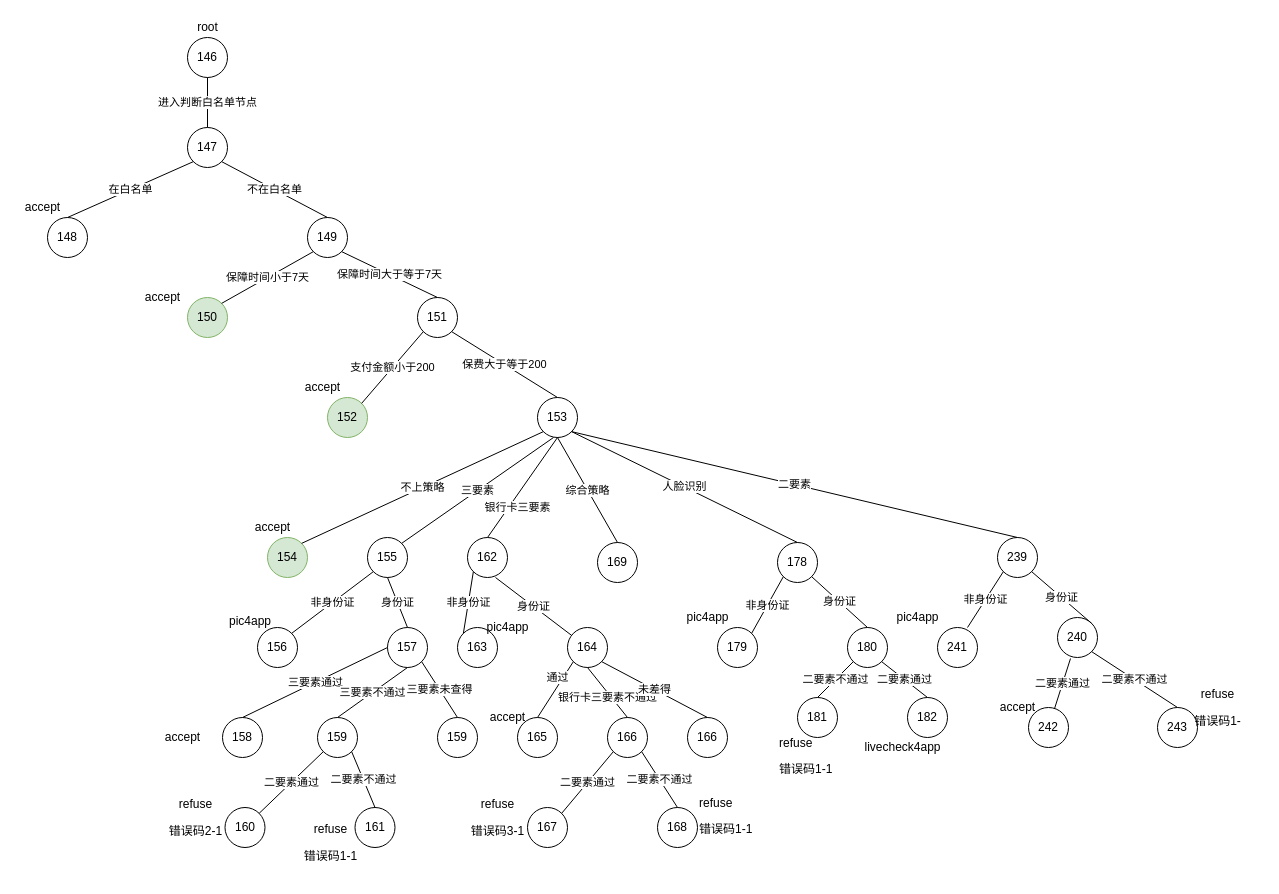
Before: 投保人策略.drawio in North30/tupian, a draw.io diagram. Source tidied: cells renumbered, new cells numbered last; positions are measured from the earlier drawing's top-left corner, leaving out a move shared by most shapes. Both pictures are drawn from the tidied source at 100%, with x=0, y=0 at pixel (17, 17).
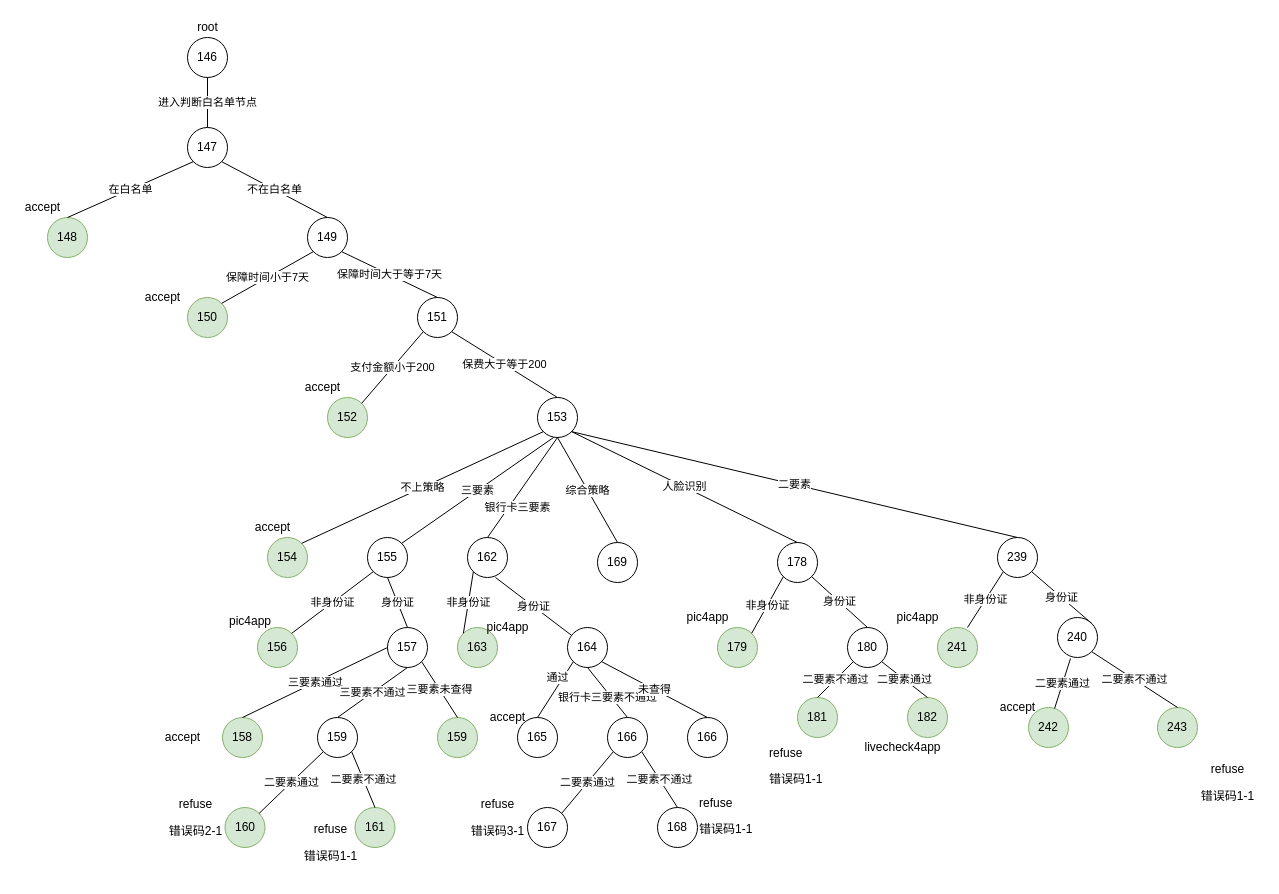
The same diagram, later.

Commit message:
更新投保人策略.drawio

The change refers to these unchanged cells:
```xml
<mxCell id="52" value="164" style="ellipse;whiteSpace=wrap;html=1;" parent="1" vertex="1">
  <mxGeometry x="550" y="610" width="40" height="40" as="geometry" />
</mxCell>
<mxCell id="57" value="166" style="ellipse;whiteSpace=wrap;html=1;" parent="1" vertex="1">
  <mxGeometry x="670" y="700" width="40" height="40" as="geometry" />
</mxCell>
```

What changed in the source:
```diff
@@
-    <mxCell id="6" value="148" style="ellipse;whiteSpace=wrap;html=1;" parent="1" vertex="1">
+    <mxCell id="6" value="148" style="ellipse;whiteSpace=wrap;html=1;fillColor=#d5e8d4;strokeColor=#82b366;" parent="1" vertex="1">
       <mxGeometry x="30" y="200" width="40" height="40" as="geometry" />
     </mxCell>
@@
-    <mxCell id="34" value="156" style="ellipse;whiteSpace=wrap;html=1;" parent="1" vertex="1">
+    <mxCell id="34" value="156" style="ellipse;whiteSpace=wrap;html=1;fillColor=#d5e8d4;strokeColor=#82b366;" parent="1" vertex="1">
       <mxGeometry x="240" y="610" width="40" height="40" as="geometry" />
     </mxCell>
@@
-    <mxCell id="39" value="158" style="ellipse;whiteSpace=wrap;html=1;" parent="1" vertex="1">
+    <mxCell id="39" value="158" style="ellipse;whiteSpace=wrap;html=1;fillColor=#d5e8d4;strokeColor=#82b366;" parent="1" vertex="1">
       <mxGeometry x="205" y="700" width="40" height="40" as="geometry" />
     </mxCell>
@@
-    <mxCell id="41" value="159" style="ellipse;whiteSpace=wrap;html=1;" parent="1" vertex="1">
+    <mxCell id="41" value="159" style="ellipse;whiteSpace=wrap;html=1;fillColor=#d5e8d4;strokeColor=#82b366;" parent="1" vertex="1">
       <mxGeometry x="420" y="700" width="40" height="40" as="geometry" />
     </mxCell>
@@
-    <mxCell id="46" value="161" style="ellipse;whiteSpace=wrap;html=1;" parent="1" vertex="1">
+    <mxCell id="46" value="161" style="ellipse;whiteSpace=wrap;html=1;fillColor=#d5e8d4;strokeColor=#82b366;" parent="1" vertex="1">
       <mxGeometry x="337.5" y="790" width="40" height="40" as="geometry" />
     </mxCell>
-    <mxCell id="47" value="160" style="ellipse;whiteSpace=wrap;html=1;" parent="1" vertex="1">
+    <mxCell id="47" value="160" style="ellipse;whiteSpace=wrap;html=1;fillColor=#d5e8d4;strokeColor=#82b366;" parent="1" vertex="1">
       <mxGeometry x="207.5" y="790" width="40" height="40" as="geometry" />
     </mxCell>
@@
-    <mxCell id="53" value="163" style="ellipse;whiteSpace=wrap;html=1;" parent="1" vertex="1">
+    <mxCell id="53" value="163" style="ellipse;whiteSpace=wrap;html=1;fillColor=#d5e8d4;strokeColor=#82b366;" parent="1" vertex="1">
       <mxGeometry x="440" y="610" width="40" height="40" as="geometry" />
     </mxCell>
@@
-    <mxCell id="62" value="未差得" style="endArrow=none;html=1;entryX=1;entryY=1;entryDx=0;entryDy=0;exitX=0.5;exitY=0;exitDx=0;exitDy=0;" parent="1" edge="1" source="57" target="52">
+    <mxCell id="62" value="未查得" style="endArrow=none;html=1;entryX=1;entryY=1;entryDx=0;entryDy=0;exitX=0.5;exitY=0;exitDx=0;exitDy=0;" parent="1" edge="1" source="57" target="52">
       <mxGeometry relative="1" as="geometry" />
     </mxCell>
@@
-    <mxCell id="70" value="179" style="ellipse;whiteSpace=wrap;html=1;" parent="1" vertex="1">
+    <mxCell id="70" value="179" style="ellipse;whiteSpace=wrap;html=1;fillColor=#d5e8d4;strokeColor=#82b366;" parent="1" vertex="1">
       <mxGeometry x="700" y="610" width="40" height="40" as="geometry" />
     </mxCell>
@@
-    <mxCell id="75" value="182" style="ellipse;whiteSpace=wrap;html=1;" parent="1" vertex="1">
+    <mxCell id="75" value="182" style="ellipse;whiteSpace=wrap;html=1;fillColor=#d5e8d4;strokeColor=#82b366;" parent="1" vertex="1">
       <mxGeometry x="890" y="680" width="40" height="40" as="geometry" />
     </mxCell>
-    <mxCell id="76" value="181" style="ellipse;whiteSpace=wrap;html=1;" parent="1" vertex="1">
+    <mxCell id="76" value="181" style="ellipse;whiteSpace=wrap;html=1;fillColor=#d5e8d4;strokeColor=#82b366;" parent="1" vertex="1">
       <mxGeometry x="780" y="680" width="40" height="40" as="geometry" />
     </mxCell>
@@
     <mxCell id="80" value="&lt;div id=&quot;base&quot;&gt;&lt;div class=&quot;ax_default flow_shape&quot; id=&quot;u109&quot;&gt;&lt;div class=&quot;text &quot; id=&quot;u109_text&quot;&gt;&lt;p&gt;&lt;span&gt;refuse&lt;/span&gt;&lt;/p&gt;&lt;p&gt;&lt;span&gt;错误码1-1&lt;/span&gt;&lt;/p&gt;&lt;/div&gt;&lt;/div&gt;&lt;/div&gt;" style="text;whiteSpace=wrap;html=1;" parent="1" vertex="1">
-      <mxGeometry x="760" y="700" width="80" height="80" as="geometry" />
+      <mxGeometry x="750" y="710" width="80" height="60" as="geometry" />
     </mxCell>
-    <mxCell id="81" value="241" style="ellipse;whiteSpace=wrap;html=1;" parent="1" vertex="1">
+    <mxCell id="81" value="241" style="ellipse;whiteSpace=wrap;html=1;fillColor=#d5e8d4;strokeColor=#82b366;" parent="1" vertex="1">
       <mxGeometry x="920" y="610" width="40" height="40" as="geometry" />
     </mxCell>
@@
-    <mxCell id="86" value="243" style="ellipse;whiteSpace=wrap;html=1;" parent="1" vertex="1">
+    <mxCell id="86" value="243" style="ellipse;whiteSpace=wrap;html=1;fillColor=#d5e8d4;strokeColor=#82b366;" parent="1" vertex="1">
       <mxGeometry x="1140" y="690" width="40" height="40" as="geometry" />
     </mxCell>
-    <mxCell id="87" value="242" style="ellipse;whiteSpace=wrap;html=1;" parent="1" vertex="1">
+    <mxCell id="87" value="242" style="ellipse;whiteSpace=wrap;html=1;fillColor=#d5e8d4;strokeColor=#82b366;" parent="1" vertex="1">
       <mxGeometry x="1011" y="690" width="40" height="40" as="geometry" />
     </mxCell>
@@
-    <mxCell id="91" value="&lt;p&gt;refuse&lt;/p&gt;&lt;p&gt;错误码1-&lt;/p&gt;" style="text;html=1;align=center;verticalAlign=middle;" parent="1" vertex="1">
-      <mxGeometry x="1170" y="655" width="60" height="70" as="geometry" />
+    <mxCell id="91" value="&lt;p&gt;refuse&lt;/p&gt;&lt;p&gt;错误码1-1&lt;/p&gt;" style="text;html=1;align=center;verticalAlign=middle;" parent="1" vertex="1">
+      <mxGeometry x="1175" y="730" width="70" height="70" as="geometry" />
     </mxCell>
```
